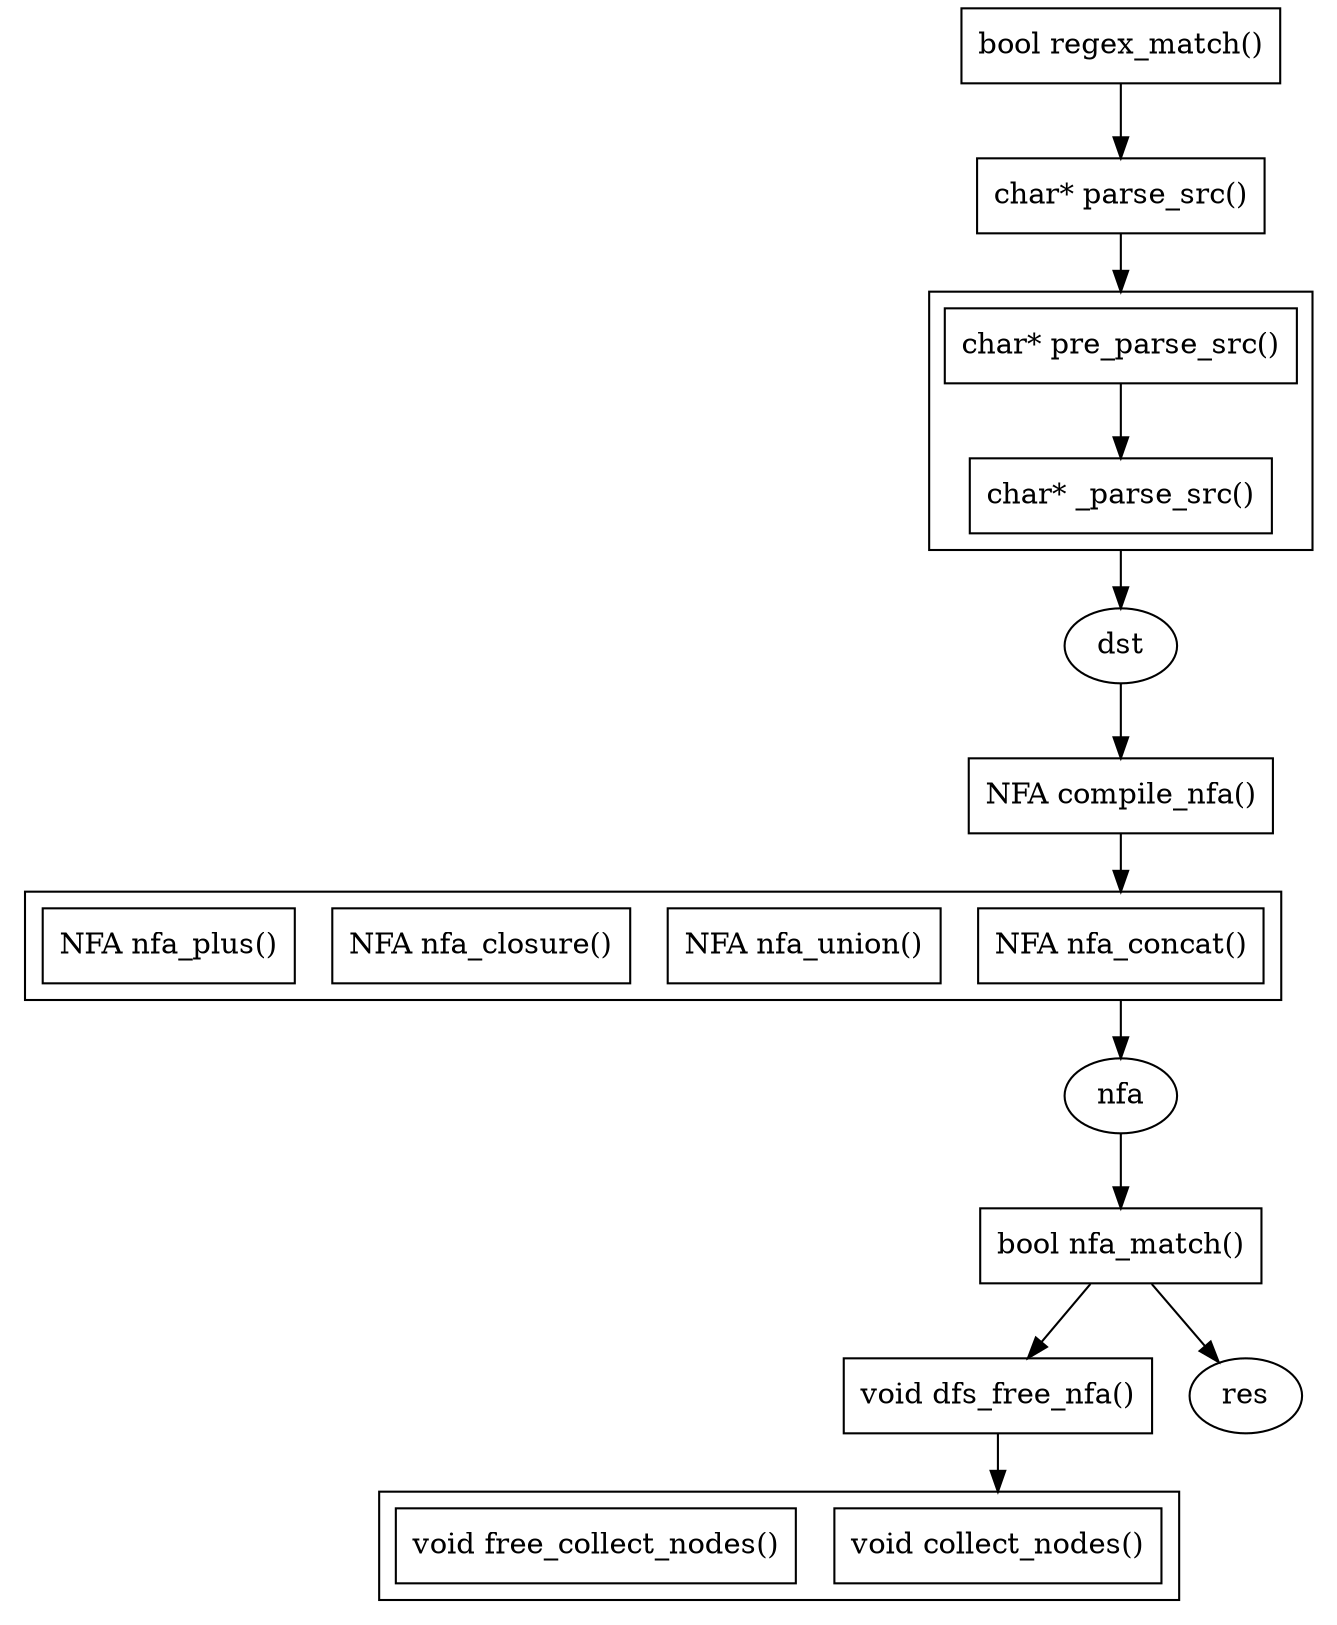
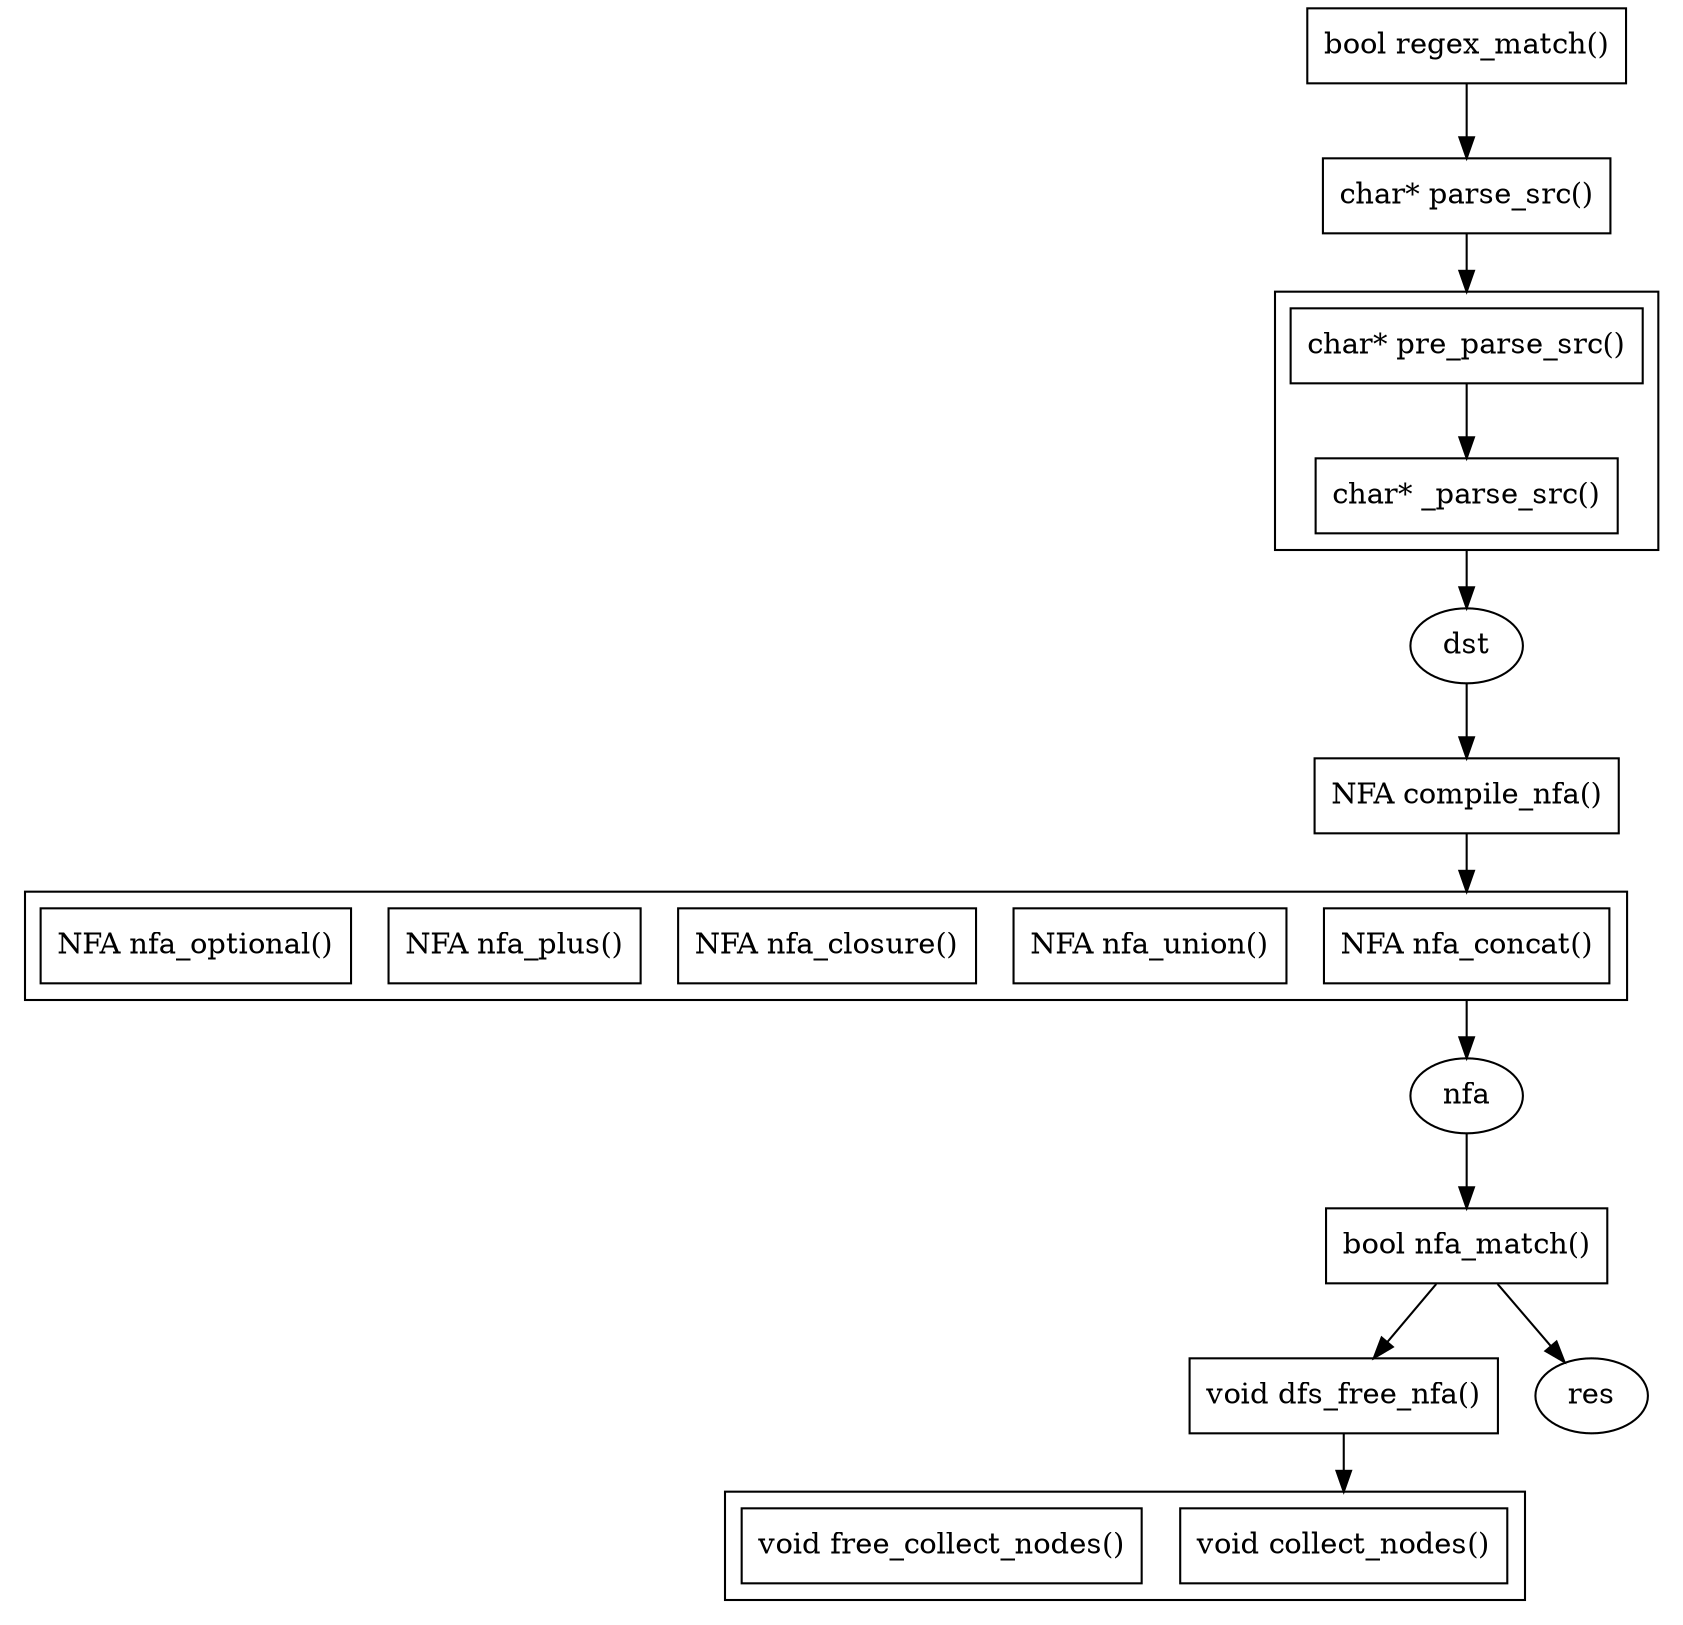
digraph G {
- 	rankdir = TB
- 	compound = true
- 	"bool regex_match()" -> "char* parse_src()"
- 		subgraph cluster_V {
- 			 "char* pre_parse_src()" -> "char* _parse_src()"
- 	}
- 	"char* parse_src()" -> "char* pre_parse_src()" [lhead=cluster_V]
- 	"char* _parse_src()" -> dst [ltail=cluster_V]
+     rankdir = TB
+     compound = true
+     "bool regex_match()" -> "char* parse_src()"
+     subgraph cluster_V {
+ 	"char* pre_parse_src()" -> "char* _parse_src()"
+     }
+     "char* parse_src()" -> "char* pre_parse_src()" [lhead=cluster_V]
+     "char* _parse_src()" -> dst [ltail=cluster_V]

- 	dst -> "NFA compile_nfa()"
- 	nfa -> "bool nfa_match()" -> "void dfs_free_nfa()"
- 	"bool nfa_match()"-> res
- 	subgraph cluster_T {
- 		 "NFA nfa_concat()" [shape=box]
- 		 "NFA nfa_union()" [shape=box]
- 		 "NFA nfa_closure()" [shape=box]
- 		 "NFA nfa_plus()" [shape=box]
- 	}
- 	"NFA compile_nfa()" -> "NFA nfa_concat()" [lhead=cluster_T]
- 	"NFA nfa_concat()" -> nfa [ltail=cluster_T]
+     dst -> "NFA compile_nfa()"
+     nfa -> "bool nfa_match()" -> "void dfs_free_nfa()"
+     "bool nfa_match()"-> res
+     subgraph cluster_T {
+ 	"NFA nfa_concat()" [shape=box]
+ 	"NFA nfa_union()" [shape=box]
+ 	"NFA nfa_closure()" [shape=box]
+ 	"NFA nfa_plus()" [shape=box]
+ 	"NFA nfa_optional()" [shape=box]
+     }
+     "NFA compile_nfa()" -> "NFA nfa_concat()" [lhead=cluster_T]
+     "NFA nfa_concat()" -> nfa [ltail=cluster_T]

- 	subgraph cluster_G {
- 		 "void collect_nodes()" [shape=box]
- 		 "void free_collect_nodes()" [shape=box]
- 	}
- 	"void dfs_free_nfa()" -> "void collect_nodes()" [lhead=cluster_G]
+     subgraph cluster_G {
+ 	"void collect_nodes()" [shape=box]
+ 	"void free_collect_nodes()" [shape=box]
+     }
+     "void dfs_free_nfa()" -> "void collect_nodes()" [lhead=cluster_G]

- 	"bool regex_match()" [shape=box]
- 	"char* parse_src()" [shape=box]
- 	"char* pre_parse_src()" [shape=box]
- 	"char* _parse_src()" [shape=box]
- 	"NFA compile_nfa()" [shape=box]
- 	"bool nfa_match()" [shape=box]
- 	"void dfs_free_nfa()" [shape=box]
- }+     "bool regex_match()" [shape=box]
+     "char* parse_src()" [shape=box]
+     "char* pre_parse_src()" [shape=box]
+     "char* _parse_src()" [shape=box]
+     "NFA compile_nfa()" [shape=box]
+     "bool nfa_match()" [shape=box]
+     "void dfs_free_nfa()" [shape=box]
+ }
